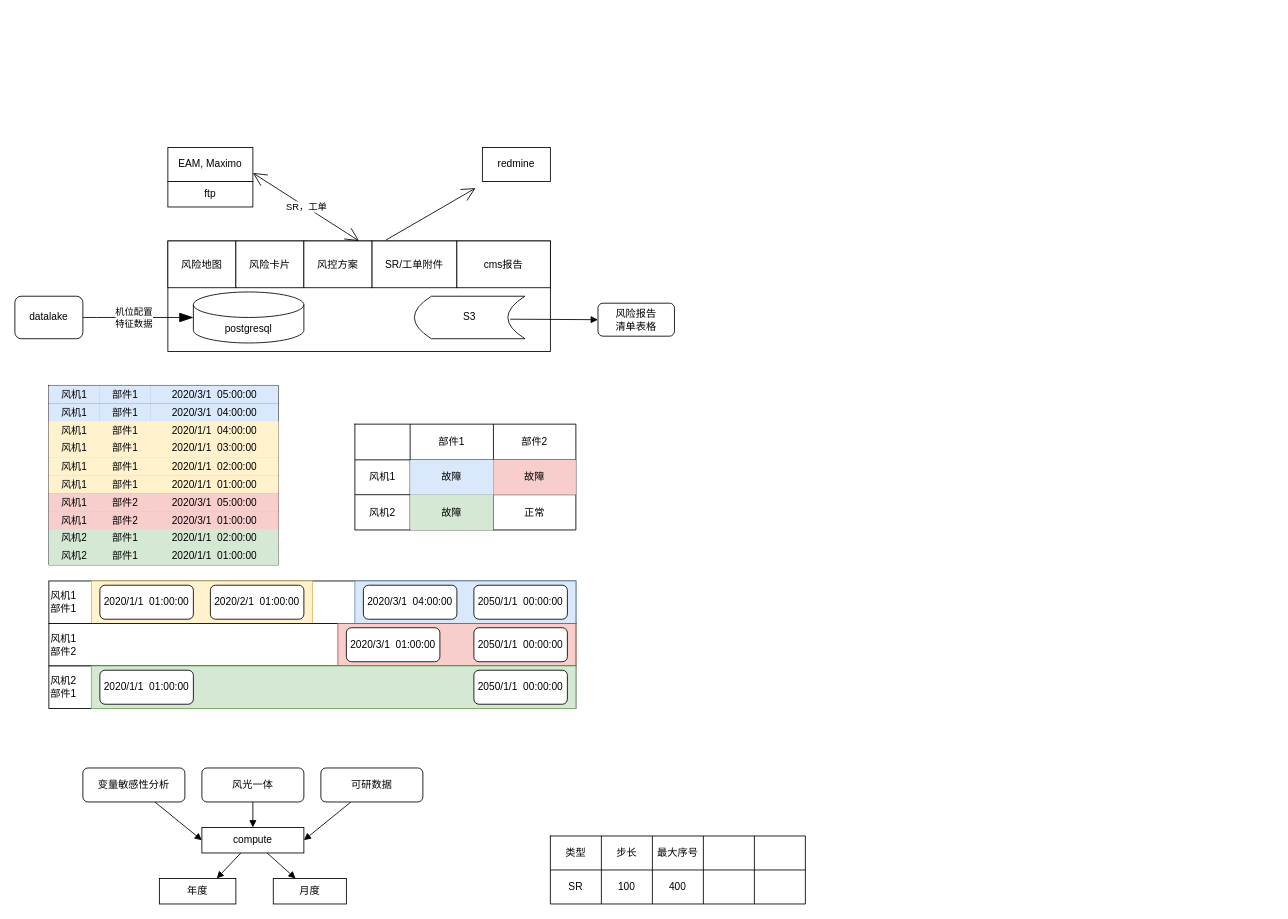
Above: 云端透视.drawio in tonyleifang/tony (draw.io), before the change. Source tidied: cells renumbered, new cells numbered last; positions are measured from the earlier drawing's top-left corner, leaving out a move shared by most shapes. Both pictures are drawn from the tidied source at 85%, with x=0, y=0 at pixel (14, 147).
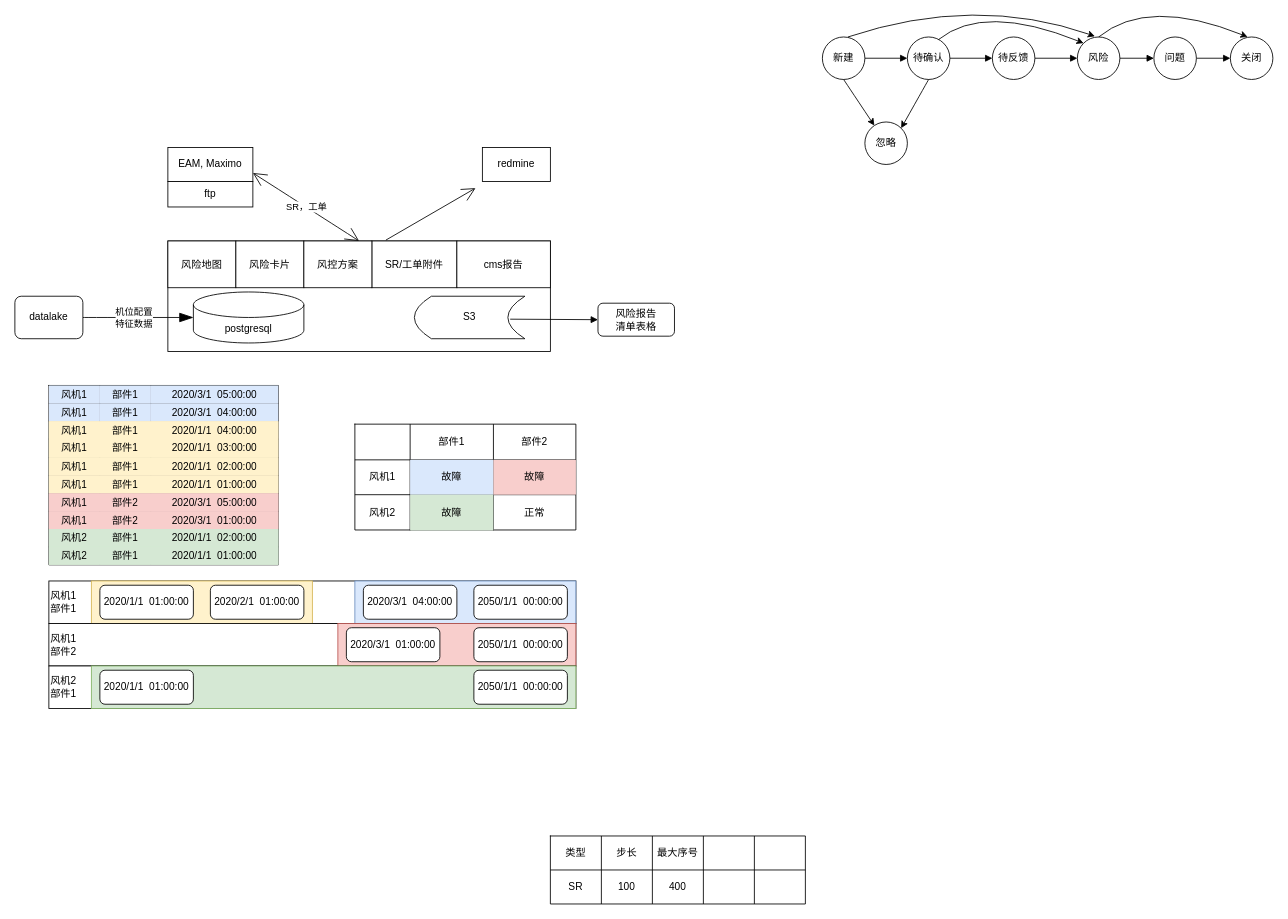
The same diagram, later.

Commit message:
更新云端透视.drawio

Change to the diagram source:
```diff
@@
-    <mxCell id="76" style="rounded=0;jettySize=auto;html=1;endArrow=block;endFill=1;entryX=0;entryY=0.5;entryDx=0;entryDy=0;" parent="1" edge="1" source="77" target="82">
-      <mxGeometry relative="1" as="geometry" />
-    </mxCell>
-    <mxCell id="77" value="变量敏感性分析" style="rounded=1;whiteSpace=wrap;html=1;" parent="1" vertex="1">
-      <mxGeometry x="80" y="730" width="120" height="40" as="geometry" />
-    </mxCell>
-    <mxCell id="78" style="edgeStyle=none;jettySize=auto;html=1;endArrow=block;endFill=1;" parent="1" edge="1" source="79" target="82">
-      <mxGeometry relative="1" as="geometry" />
-    </mxCell>
-    <mxCell id="79" value="风光一体" style="rounded=1;whiteSpace=wrap;html=1;" parent="1" vertex="1">
-      <mxGeometry x="220" y="730" width="120" height="40" as="geometry" />
-    </mxCell>
-    <mxCell id="80" style="edgeStyle=none;jettySize=auto;html=1;endArrow=block;endFill=1;" parent="1" edge="1" source="82" target="84">
-      <mxGeometry relative="1" as="geometry" />
-    </mxCell>
-    <mxCell id="81" style="edgeStyle=none;jettySize=auto;html=1;endArrow=block;endFill=1;entryX=0.75;entryY=0;entryDx=0;entryDy=0;" parent="1" edge="1" source="82" target="83">
-      <mxGeometry relative="1" as="geometry" />
-    </mxCell>
-    <mxCell id="82" value="compute" style="rounded=0;whiteSpace=wrap;html=1;" parent="1" vertex="1">
-      <mxGeometry x="220" y="800" width="120" height="30" as="geometry" />
-    </mxCell>
-    <mxCell id="83" value="年度" style="rounded=0;whiteSpace=wrap;html=1;" parent="1" vertex="1">
-      <mxGeometry x="170" y="860" width="90" height="30" as="geometry" />
-    </mxCell>
-    <mxCell id="84" value="月度" style="rounded=0;whiteSpace=wrap;html=1;" parent="1" vertex="1">
-      <mxGeometry x="304" y="860" width="86" height="30" as="geometry" />
-    </mxCell>
-    <mxCell id="85" style="edgeStyle=none;jettySize=auto;html=1;endArrow=block;endFill=1;entryX=1;entryY=0.5;entryDx=0;entryDy=0;" parent="1" edge="1" source="86" target="82">
-      <mxGeometry relative="1" as="geometry" />
-    </mxCell>
-    <mxCell id="86" value="可研数据" style="rounded=1;whiteSpace=wrap;html=1;" parent="1" vertex="1">
-      <mxGeometry x="360" y="730" width="120" height="40" as="geometry" />
-    </mxCell>
@@
+    <mxCell id="113" style="edgeStyle=none;jettySize=auto;html=1;endArrow=block;endFill=1;" parent="1" edge="1" source="114" target="116">
+      <mxGeometry relative="1" as="geometry" />
+    </mxCell>
+    <mxCell id="114" value="新建" style="ellipse;whiteSpace=wrap;html=1;rounded=0;" parent="1" vertex="1">
+      <mxGeometry x="950" y="-130" width="50" height="50" as="geometry" />
+    </mxCell>
+    <mxCell id="115" style="edgeStyle=none;jettySize=auto;html=1;endArrow=block;endFill=1;" parent="1" edge="1" source="116" target="118">
+      <mxGeometry relative="1" as="geometry" />
+    </mxCell>
+    <mxCell id="116" value="待确认" style="ellipse;whiteSpace=wrap;html=1;rounded=0;" parent="1" vertex="1">
+      <mxGeometry x="1050" y="-130" width="50" height="50" as="geometry" />
+    </mxCell>
+    <mxCell id="117" style="edgeStyle=none;jettySize=auto;html=1;endArrow=block;endFill=1;" parent="1" edge="1" source="118" target="120">
+      <mxGeometry relative="1" as="geometry" />
+    </mxCell>
+    <mxCell id="118" value="待反馈" style="ellipse;whiteSpace=wrap;html=1;rounded=0;" parent="1" vertex="1">
+      <mxGeometry x="1150" y="-130" width="50" height="50" as="geometry" />
+    </mxCell>
+    <mxCell id="119" style="edgeStyle=none;jettySize=auto;html=1;endArrow=block;endFill=1;" parent="1" edge="1" source="120" target="122">
+      <mxGeometry relative="1" as="geometry" />
+    </mxCell>
+    <mxCell id="120" value="风险" style="ellipse;whiteSpace=wrap;html=1;rounded=0;" parent="1" vertex="1">
+      <mxGeometry x="1250" y="-130" width="50" height="50" as="geometry" />
+    </mxCell>
+    <mxCell id="121" style="edgeStyle=none;jettySize=auto;html=1;endArrow=block;endFill=1;" parent="1" edge="1" source="122" target="124">
+      <mxGeometry relative="1" as="geometry" />
+    </mxCell>
+    <mxCell id="122" value="问题" style="ellipse;whiteSpace=wrap;html=1;rounded=0;" parent="1" vertex="1">
+      <mxGeometry x="1340" y="-130" width="50" height="50" as="geometry" />
+    </mxCell>
+    <mxCell id="123" value="忽略" style="ellipse;whiteSpace=wrap;html=1;rounded=0;" parent="1" vertex="1">
+      <mxGeometry x="1000" y="-30" width="50" height="50" as="geometry" />
+    </mxCell>
+    <mxCell id="124" value="关闭" style="ellipse;whiteSpace=wrap;html=1;rounded=0;" parent="1" vertex="1">
+      <mxGeometry x="1430" y="-130" width="50" height="50" as="geometry" />
+    </mxCell>
+    <mxCell id="125" style="endArrow=classic;html=1;entryX=0.414;entryY=-0.016;entryDx=0;entryDy=0;entryPerimeter=0;curved=1;" parent="1" edge="1" target="120">
+      <mxGeometry relative="1" as="geometry">
+        <mxPoint x="980" y="-130" as="sourcePoint" />
+        <Array as="points">
+          <mxPoint x="1130" y="-180" />
+        </Array>
+      </mxGeometry>
+    </mxCell>
+    <mxCell id="126" style="endArrow=classic;html=1;curved=1;exitX=0.5;exitY=1;exitDx=0;exitDy=0;" parent="1" edge="1" source="114" target="123">
+      <mxGeometry relative="1" as="geometry" />
+    </mxCell>
+    <mxCell id="127" style="endArrow=classic;html=1;curved=1;exitX=0.5;exitY=1;exitDx=0;exitDy=0;entryX=1;entryY=0;entryDx=0;entryDy=0;" parent="1" edge="1" source="116" target="123">
+      <mxGeometry relative="1" as="geometry" />
+    </mxCell>
+    <mxCell id="128" style="endArrow=classic;html=1;entryX=0;entryY=0;entryDx=0;entryDy=0;curved=1;exitX=0.734;exitY=0.06;exitDx=0;exitDy=0;exitPerimeter=0;" parent="1" edge="1" source="116" target="120">
+      <mxGeometry relative="1" as="geometry">
+        <Array as="points">
+          <mxPoint x="1140" y="-170" />
+        </Array>
+      </mxGeometry>
+    </mxCell>
+    <mxCell id="129" style="endArrow=classic;html=1;entryX=0;entryY=0;entryDx=0;entryDy=0;curved=1;exitX=0.5;exitY=0;exitDx=0;exitDy=0;" parent="1" edge="1" source="120">
+      <mxGeometry relative="1" as="geometry">
+        <mxPoint x="1450.3" y="-130" as="targetPoint" />
+        <Array as="points">
+          <mxPoint x="1333" y="-177.3" />
+        </Array>
+      </mxGeometry>
+    </mxCell>
```
